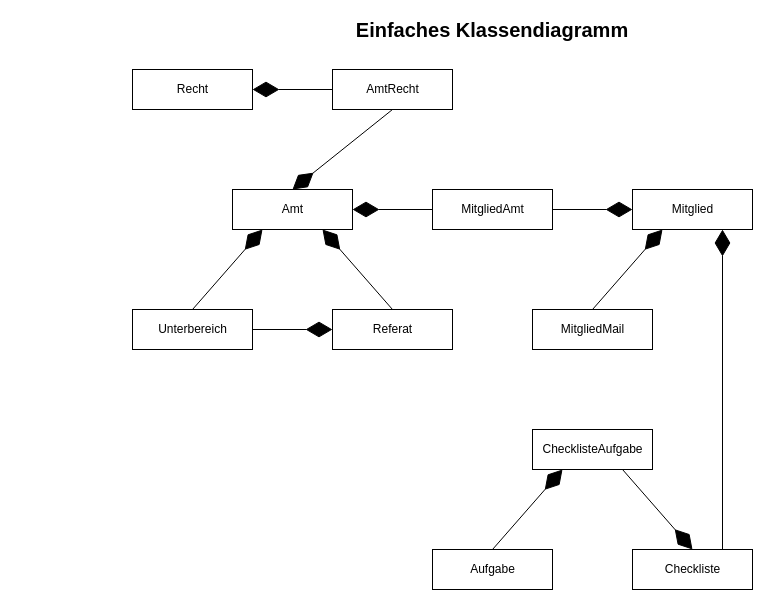
mribrgr/StuRa-Mitgliederdatenbank keeps this draw.io diagram as page "Klassendiagramm" (2 of 10) of docs/anforderung/files/svg/diagrams_master.drawio. Above is the earlier version. Source tidied: cells renumbered, new cells numbered last; positions are measured from the earlier drawing's top-left corner, leaving out a move shared by most shapes. Both pictures are drawn from the tidied source at 100%, with x=0, y=0 at pixel (132, 19).
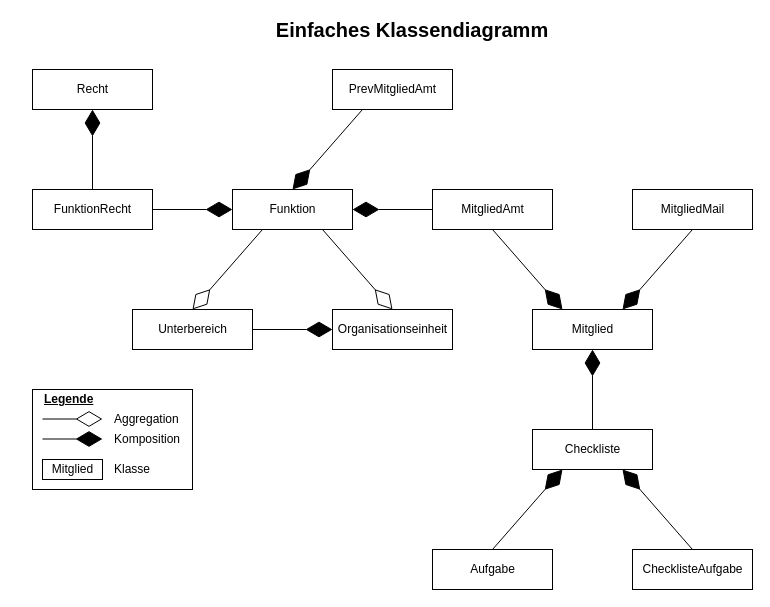
The same diagram, later.

The change refers to these unchanged cells:
```xml
<mxCell id="3" value="Unterbereich" style="html=1;" parent="1" vertex="1">
  <mxGeometry y="290" width="120" height="40" as="geometry" />
</mxCell>
<mxCell id="8" value="Aufgabe" style="html=1;" parent="1" vertex="1">
  <mxGeometry x="300" y="530" width="120" height="40" as="geometry" />
</mxCell>
<mxCell id="11" value="MitgliedAmt" style="html=1;" parent="1" vertex="1">
  <mxGeometry x="300" y="170" width="120" height="40" as="geometry" />
</mxCell>
```

What changed in the source:
```diff
@@
-    <mxCell id="2" value="Amt" style="html=1;" parent="1" vertex="1">
+    <mxCell id="2" value="Funktion" style="html=1;" parent="1" vertex="1">
       <mxGeometry x="100" y="170" width="120" height="40" as="geometry" />
     </mxCell>
@@
-    <mxCell id="4" value="Referat" style="html=1;" parent="1" vertex="1">
+    <mxCell id="4" value="Organisationseinheit" style="html=1;" parent="1" vertex="1">
       <mxGeometry x="200" y="290" width="120" height="40" as="geometry" />
     </mxCell>
     <mxCell id="5" value="Recht" style="html=1;" parent="1" vertex="1">
-      <mxGeometry y="50" width="120" height="40" as="geometry" />
+      <mxGeometry x="-100" y="50" width="120" height="40" as="geometry" />
     </mxCell>
-    <mxCell id="6" value="AmtRecht" style="html=1;" parent="1" vertex="1">
-      <mxGeometry x="200" y="50" width="120" height="40" as="geometry" />
+    <mxCell id="6" value="FunktionRecht" style="html=1;" parent="1" vertex="1">
+      <mxGeometry x="-100" y="170" width="120" height="40" as="geometry" />
     </mxCell>
-    <mxCell id="7" value="Checkliste" style="html=1;" parent="1" vertex="1">
+    <mxCell id="7" value="ChecklisteAufgabe" style="html=1;" parent="1" vertex="1">
       <mxGeometry x="500" y="530" width="120" height="40" as="geometry" />
     </mxCell>
@@
-    <mxCell id="9" value="ChecklisteAufgabe" style="html=1;" parent="1" vertex="1">
+    <mxCell id="9" value="Checkliste" style="html=1;" parent="1" vertex="1">
       <mxGeometry x="400" y="410" width="120" height="40" as="geometry" />
     </mxCell>
     <mxCell id="10" value="Mitglied" style="html=1;" parent="1" vertex="1">
-      <mxGeometry x="500" y="170" width="120" height="40" as="geometry" />
+      <mxGeometry x="400" y="290" width="120" height="40" as="geometry" />
     </mxCell>
@@
     <mxCell id="12" value="MitgliedMail" style="html=1;" parent="1" vertex="1">
-      <mxGeometry x="400" y="290" width="120" height="40" as="geometry" />
+      <mxGeometry x="500" y="170" width="120" height="40" as="geometry" />
     </mxCell>
@@
-    <mxCell id="14" style="endArrow=diamondThin;endFill=1;endSize=24;html=1;exitX=0.5;exitY=0;exitDx=0;exitDy=0;entryX=0.75;entryY=1;entryDx=0;entryDy=0;" parent="1" edge="1" source="4" target="2">
-      <mxGeometry relative="1" as="geometry" />
-    </mxCell>
-    <mxCell id="15" style="endArrow=diamondThin;endFill=1;endSize=24;html=1;exitX=0.5;exitY=0;exitDx=0;exitDy=0;entryX=0.25;entryY=1;entryDx=0;entryDy=0;" parent="1" edge="1" source="3" target="2">
-      <mxGeometry relative="1" as="geometry" />
-    </mxCell>
-    <mxCell id="16" style="endArrow=diamondThin;endFill=1;endSize=24;html=1;exitX=0.5;exitY=0;exitDx=0;exitDy=0;entryX=0.25;entryY=1;entryDx=0;entryDy=0;" parent="1" edge="1" source="8" target="9">
-      <mxGeometry relative="1" as="geometry" />
-    </mxCell>
-    <mxCell id="17" style="endArrow=diamondThin;endFill=1;endSize=24;html=1;exitX=0.75;exitY=1;exitDx=0;exitDy=0;entryX=0.5;entryY=0;entryDx=0;entryDy=0;" parent="1" edge="1" source="9" target="7">
-      <mxGeometry relative="1" as="geometry" />
+    <mxCell id="17" style="endArrow=diamondThin;endFill=1;endSize=24;html=1;entryX=0.5;entryY=1;entryDx=0;entryDy=0;" parent="1" edge="1" target="10">
+      <mxGeometry relative="1" as="geometry">
+        <mxPoint x="460" y="410" as="sourcePoint" />
+      </mxGeometry>
     </mxCell>
-    <mxCell id="18" style="endArrow=diamondThin;endFill=1;endSize=24;html=1;exitX=0.5;exitY=1;exitDx=0;exitDy=0;entryX=0.5;entryY=0;entryDx=0;entryDy=0;" parent="1" edge="1" source="6" target="2">
+    <mxCell id="18" style="endArrow=diamondThin;endFill=1;endSize=24;html=1;exitX=1;exitY=0.5;exitDx=0;exitDy=0;entryX=0;entryY=0.5;entryDx=0;entryDy=0;" parent="1" edge="1" source="6" target="2">
       <mxGeometry relative="1" as="geometry" />
     </mxCell>
-    <mxCell id="19" style="endArrow=diamondThin;endFill=1;endSize=24;html=1;exitX=0;exitY=0.5;exitDx=0;exitDy=0;entryX=1;entryY=0.5;entryDx=0;entryDy=0;" parent="1" edge="1" source="6" target="5">
+    <mxCell id="19" style="endArrow=diamondThin;endFill=1;endSize=24;html=1;exitX=0.5;exitY=0;exitDx=0;exitDy=0;entryX=0.5;entryY=1;entryDx=0;entryDy=0;" parent="1" edge="1" source="6" target="5">
       <mxGeometry relative="1" as="geometry" />
     </mxCell>
-    <mxCell id="20" style="endArrow=diamondThin;endFill=1;endSize=24;html=1;entryX=0;entryY=0.5;entryDx=0;entryDy=0;exitX=1;exitY=0.5;exitDx=0;exitDy=0;" parent="1" edge="1" source="11" target="10">
+    <mxCell id="20" style="endArrow=diamondThin;endFill=1;endSize=24;html=1;entryX=0.25;entryY=0;entryDx=0;entryDy=0;exitX=0.5;exitY=1;exitDx=0;exitDy=0;" parent="1" edge="1" source="11" target="10">
       <mxGeometry relative="1" as="geometry" />
     </mxCell>
-    <mxCell id="21" style="endArrow=diamondThin;endFill=1;endSize=24;html=1;exitX=0.5;exitY=0;exitDx=0;exitDy=0;entryX=0.25;entryY=1;entryDx=0;entryDy=0;" parent="1" edge="1" source="12" target="10">
+    <mxCell id="21" style="endArrow=diamondThin;endFill=1;endSize=24;html=1;exitX=0.5;exitY=1;exitDx=0;exitDy=0;entryX=0.75;entryY=0;entryDx=0;entryDy=0;" parent="1" edge="1" source="12" target="10">
       <mxGeometry relative="1" as="geometry" />
     </mxCell>
@@
     <mxCell id="23" value="Einfaches Klassendiagramm" style="text;html=1;strokeColor=none;fillColor=none;align=center;verticalAlign=middle;whiteSpace=wrap;rounded=0;fontStyle=1;fontSize=20;" parent="1" vertex="1">
-      <mxGeometry x="200" width="320" height="20" as="geometry" />
+      <mxGeometry x="120" width="320" height="20" as="geometry" />
     </mxCell>
-    <mxCell id="24" style="endArrow=diamondThin;endFill=1;endSize=24;html=1;fontSize=20;entryX=0.75;entryY=1;entryDx=0;entryDy=0;exitX=0.75;exitY=0;exitDx=0;exitDy=0;" parent="1" edge="1" source="7" target="10">
-      <mxGeometry relative="1" as="geometry" />
-    </mxCell>
+    <mxCell id="25" value="PrevMitgliedAmt" style="html=1;" parent="1" vertex="1">
+      <mxGeometry x="200" y="50" width="120" height="40" as="geometry" />
+    </mxCell>
+    <mxCell id="26" style="rounded=0;whiteSpace=wrap;html=1;" parent="1" vertex="1">
+      <mxGeometry x="-100" y="370" width="160" height="100" as="geometry" />
+    </mxCell>
+    <mxCell id="27" value="Legende" style="text;html=1;strokeColor=none;fillColor=none;align=left;verticalAlign=middle;whiteSpace=wrap;rounded=0;fontStyle=5;" parent="1" vertex="1">
+      <mxGeometry x="-90" y="370" width="70" height="20" as="geometry" />
+    </mxCell>
+    <mxCell id="28" value="Aggregation" style="text;html=1;strokeColor=none;fillColor=none;align=left;verticalAlign=middle;whiteSpace=wrap;rounded=0;" parent="1" vertex="1">
+      <mxGeometry x="-20" y="390" width="70" height="20" as="geometry" />
+    </mxCell>
+    <mxCell id="29" value="Komposition" style="text;html=1;strokeColor=none;fillColor=none;align=left;verticalAlign=middle;whiteSpace=wrap;rounded=0;" parent="1" vertex="1">
+      <mxGeometry x="-20" y="410" width="70" height="20" as="geometry" />
+    </mxCell>
+    <mxCell id="30" value="Mitglied" style="html=1;labelBackgroundColor=none;" parent="1" vertex="1">
+      <mxGeometry x="-90" y="440" width="60" height="20" as="geometry" />
+    </mxCell>
+    <mxCell id="31" value="Klasse" style="text;html=1;strokeColor=none;fillColor=none;align=left;verticalAlign=middle;whiteSpace=wrap;rounded=0;" parent="1" vertex="1">
+      <mxGeometry x="-20" y="440" width="70" height="20" as="geometry" />
+    </mxCell>
+    <mxCell id="32" style="endArrow=diamondThin;endFill=0;endSize=24;html=1;strokeColor=#000000;exitX=0.25;exitY=1;exitDx=0;exitDy=0;entryX=0.5;entryY=0;entryDx=0;entryDy=0;" parent="1" edge="1" source="2" target="3">
+      <mxGeometry relative="1" as="geometry" />
+    </mxCell>
+    <mxCell id="33" style="endArrow=diamondThin;endFill=0;endSize=24;html=1;strokeColor=#000000;exitX=0.75;exitY=1;exitDx=0;exitDy=0;entryX=0.5;entryY=0;entryDx=0;entryDy=0;" parent="1" edge="1" source="2" target="4">
+      <mxGeometry relative="1" as="geometry" />
+    </mxCell>
+    <mxCell id="34" style="endArrow=diamondThin;endFill=0;endSize=24;html=1;strokeColor=#000000;" parent="1" edge="1">
+      <mxGeometry relative="1" as="geometry">
+        <mxPoint x="-90" y="399.5" as="sourcePoint" />
+        <mxPoint x="-30" y="399.5" as="targetPoint" />
+      </mxGeometry>
+    </mxCell>
+    <mxCell id="35" style="endArrow=diamondThin;endFill=1;endSize=24;html=1;strokeColor=#000000;" parent="1" edge="1">
+      <mxGeometry relative="1" as="geometry">
+        <mxPoint x="-90" y="419.5" as="sourcePoint" />
+        <mxPoint x="-30" y="419.5" as="targetPoint" />
+      </mxGeometry>
+    </mxCell>
+    <mxCell id="16" style="endArrow=diamondThin;endFill=1;endSize=24;html=1;exitX=0.5;exitY=0;exitDx=0;exitDy=0;entryX=0.25;entryY=1;entryDx=0;entryDy=0;" parent="1" edge="1" source="8" target="9">
+      <mxGeometry relative="1" as="geometry" />
+    </mxCell>
+    <mxCell id="36" style="endArrow=diamondThin;endFill=1;endSize=24;html=1;exitX=0.5;exitY=0;exitDx=0;exitDy=0;entryX=0.75;entryY=1;entryDx=0;entryDy=0;" parent="1" edge="1" source="7" target="9">
+      <mxGeometry relative="1" as="geometry" />
+    </mxCell>
+    <mxCell id="37" style="endArrow=diamondThin;endFill=1;endSize=24;html=1;exitX=0.25;exitY=1;exitDx=0;exitDy=0;entryX=0.5;entryY=0;entryDx=0;entryDy=0;" parent="1" edge="1" source="25" target="2">
+      <mxGeometry relative="1" as="geometry" />
+    </mxCell>
```
